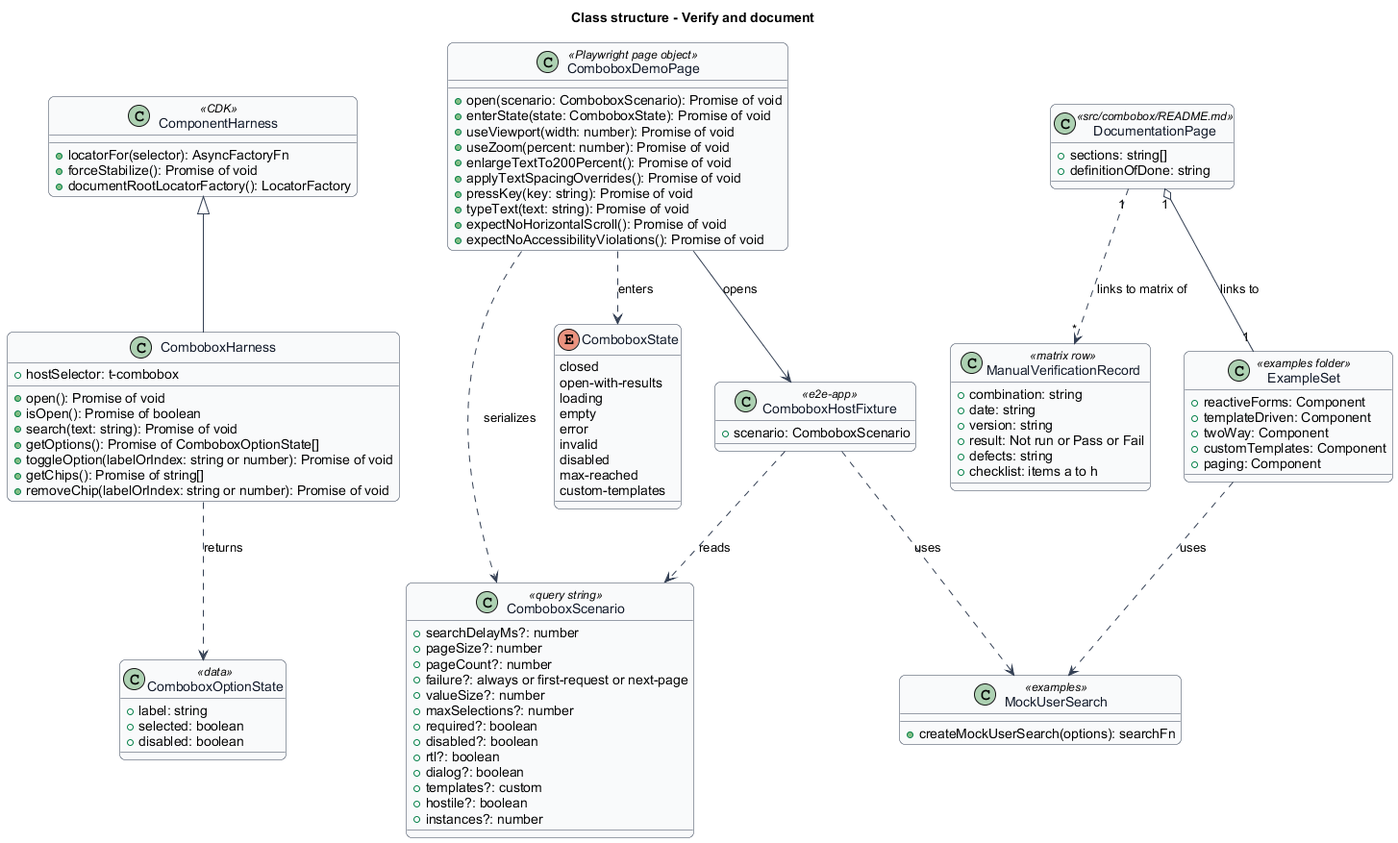
This is docs/detailed-designs/combobox/verify-and-document/diagrams/class-structure.png from QuinntyneBrown/Tessera, a PlantUML export, as it was before one commit. Source of this version:
```plantuml
@startuml
title Class structure - Verify and document
skinparam backgroundColor #FFFFFF
skinparam shadowing false
skinparam roundcorner 12
skinparam defaultFontName Arial
skinparam ArrowColor #344054
skinparam rectangle {
  BorderColor #344054
  FontColor #101828
}
skinparam package {
  BorderColor #667085
  FontColor #101828
  BackgroundColor #F9FAFB
}
skinparam class {
  BorderColor #344054
  FontColor #101828
  BackgroundColor #F9FAFB
}
class ComponentHarness <<CDK>> {
  +locatorFor(selector): AsyncFactoryFn
  +forceStabilize(): Promise of void
  +documentRootLocatorFactory(): LocatorFactory
}
class ComboboxHarness {
  +hostSelector: t-combobox
  +open(): Promise of void
  +isOpen(): Promise of boolean
  +search(text: string): Promise of void
  +getOptions(): Promise of ComboboxOptionState[]
  +toggleOption(labelOrIndex: string or number): Promise of void
  +getChips(): Promise of string[]
  +removeChip(labelOrIndex: string or number): Promise of void
}
class ComboboxOptionState <<data>> {
  +label: string
  +selected: boolean
  +disabled: boolean
}
class ComboboxDemoPage <<Playwright page object>> {
  +open(scenario: ComboboxScenario): Promise of void
  +enterState(state: ComboboxState): Promise of void
  +useViewport(width: number): Promise of void
  +useZoom(percent: number): Promise of void
  +enlargeTextTo200Percent(): Promise of void
  +applyTextSpacingOverrides(): Promise of void
  +pressKey(key: string): Promise of void
  +typeText(text: string): Promise of void
  +expectNoHorizontalScroll(): Promise of void
  +expectNoAccessibilityViolations(): Promise of void
}
class ComboboxScenario <<query string>> {
  +searchDelayMs?: number
  +pageSize?: number
  +pageCount?: number
  +failure?: always or first-request or next-page
  +valueSize?: number
  +maxSelections?: number
  +required?: boolean
  +disabled?: boolean
  +rtl?: boolean
  +dialog?: boolean
  +templates?: custom
  +hostile?: boolean
  +instances?: number
}
enum ComboboxState {
  closed
  open-with-results
  loading
  empty
  error
  invalid
  disabled
  max-reached
  custom-templates
}
class ComboboxHostFixture <<e2e-app>> {
  +scenario: ComboboxScenario
}
class MockUserSearch <<examples>> {
  +createMockUserSearch(options): searchFn
}
class ManualVerificationRecord <<matrix row>> {
  +combination: string
  +date: string
  +version: string
  +result: Not run or Pass or Fail
  +defects: string
  +checklist: items a to h
}
class DocumentationPage <<src/combobox/README.md>> {
  +sections: string[]
  +definitionOfDone: string
}
class ExampleSet <<examples folder>> {
  +reactiveForms: Component
  +templateDriven: Component
  +twoWay: Component
  +customTemplates: Component
  +paging: Component
}
ComponentHarness <|-- ComboboxHarness
ComboboxHarness ..> ComboboxOptionState : returns
ComboboxDemoPage ..> ComboboxScenario : serializes
ComboboxDemoPage ..> ComboboxState : enters
ComboboxDemoPage --> ComboboxHostFixture : opens
ComboboxHostFixture ..> ComboboxScenario : reads
ComboboxHostFixture ..> MockUserSearch : uses
ExampleSet ..> MockUserSearch : uses
DocumentationPage "1" o-- "1" ExampleSet : links to
DocumentationPage "1" ..> "*" ManualVerificationRecord : links to matrix of
@enduml
```
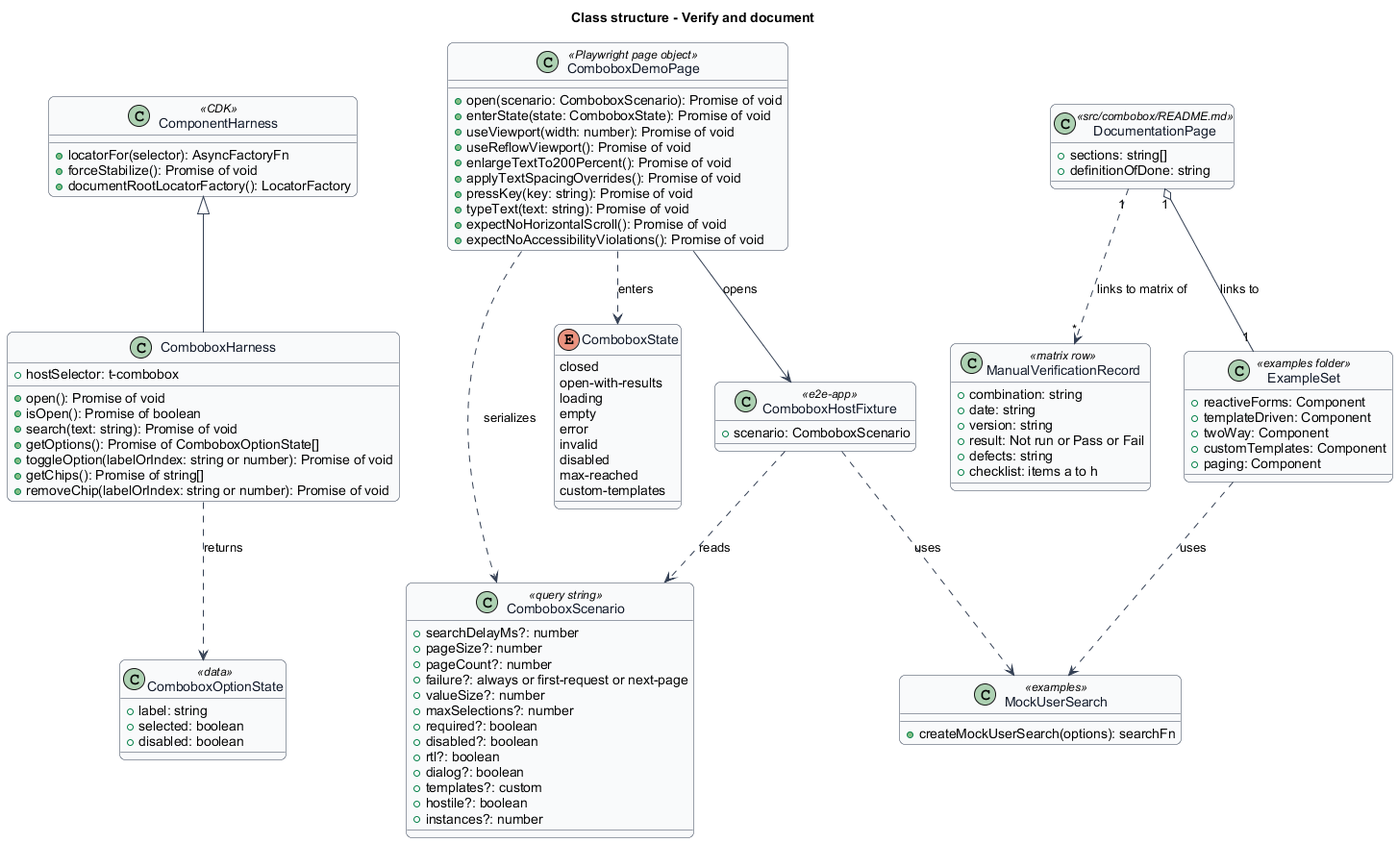
The same diagram one commit later.

Diff of the diagram source:
```diff
@@ -43,7 +43,7 @@
   +open(scenario: ComboboxScenario): Promise of void
   +enterState(state: ComboboxState): Promise of void
   +useViewport(width: number): Promise of void
-  +useZoom(percent: number): Promise of void
+  +useReflowViewport(): Promise of void
   +enlargeTextTo200Percent(): Promise of void
   +applyTextSpacingOverrides(): Promise of void
   +pressKey(key: string): Promise of void
```
